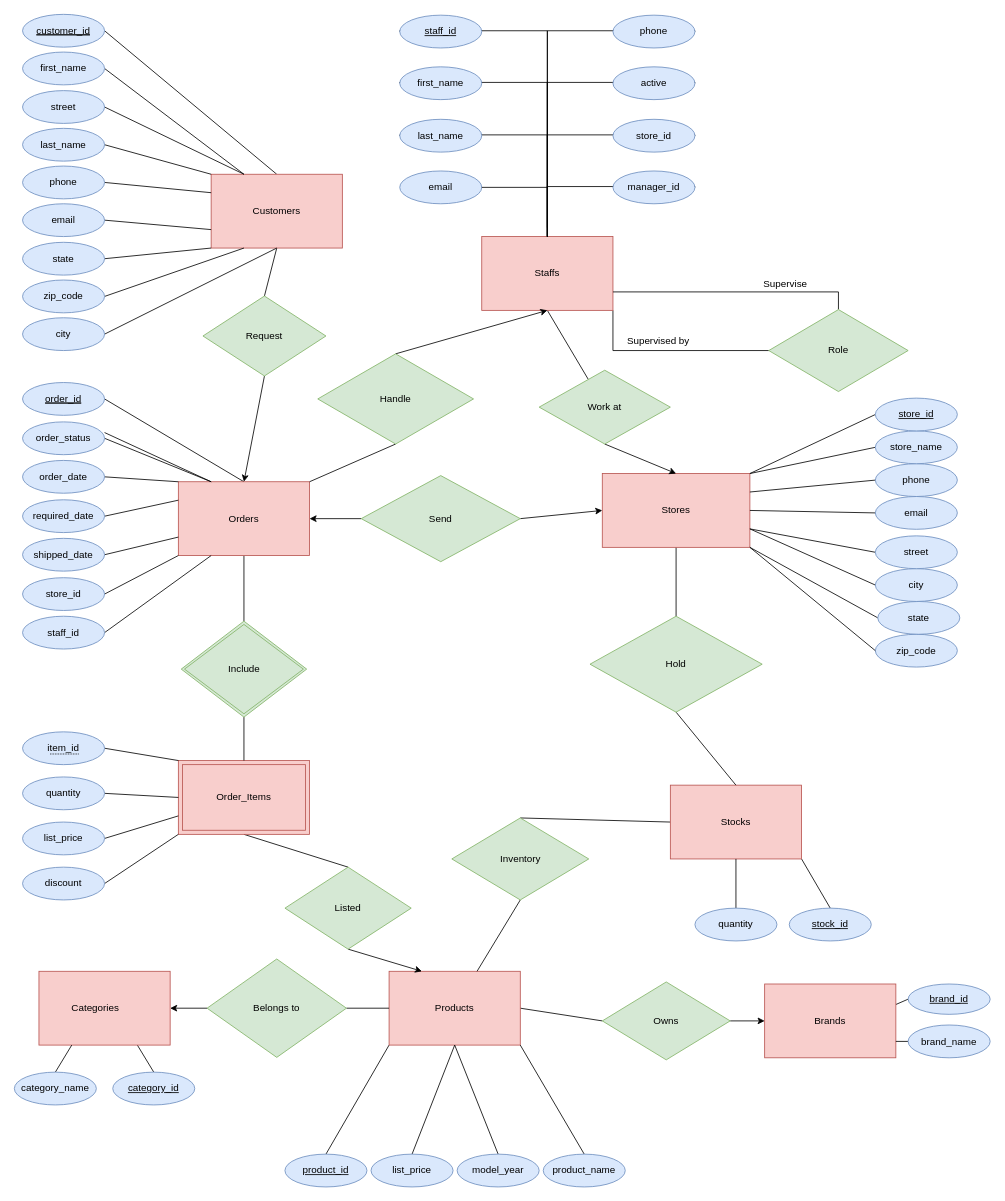
Before: Bike_Store_Relational_Database_SQL/src/ER_diagram.drawio in leedh7878/DanielLee_Project_Portfolio, a draw.io diagram. Source tidied: cells renumbered, new cells numbered last; positions are measured from the earlier drawing's top-left corner, leaving out a move shared by most shapes. Both pictures are drawn from the tidied source at 82%, with x=0, y=0 at pixel (14, 14).
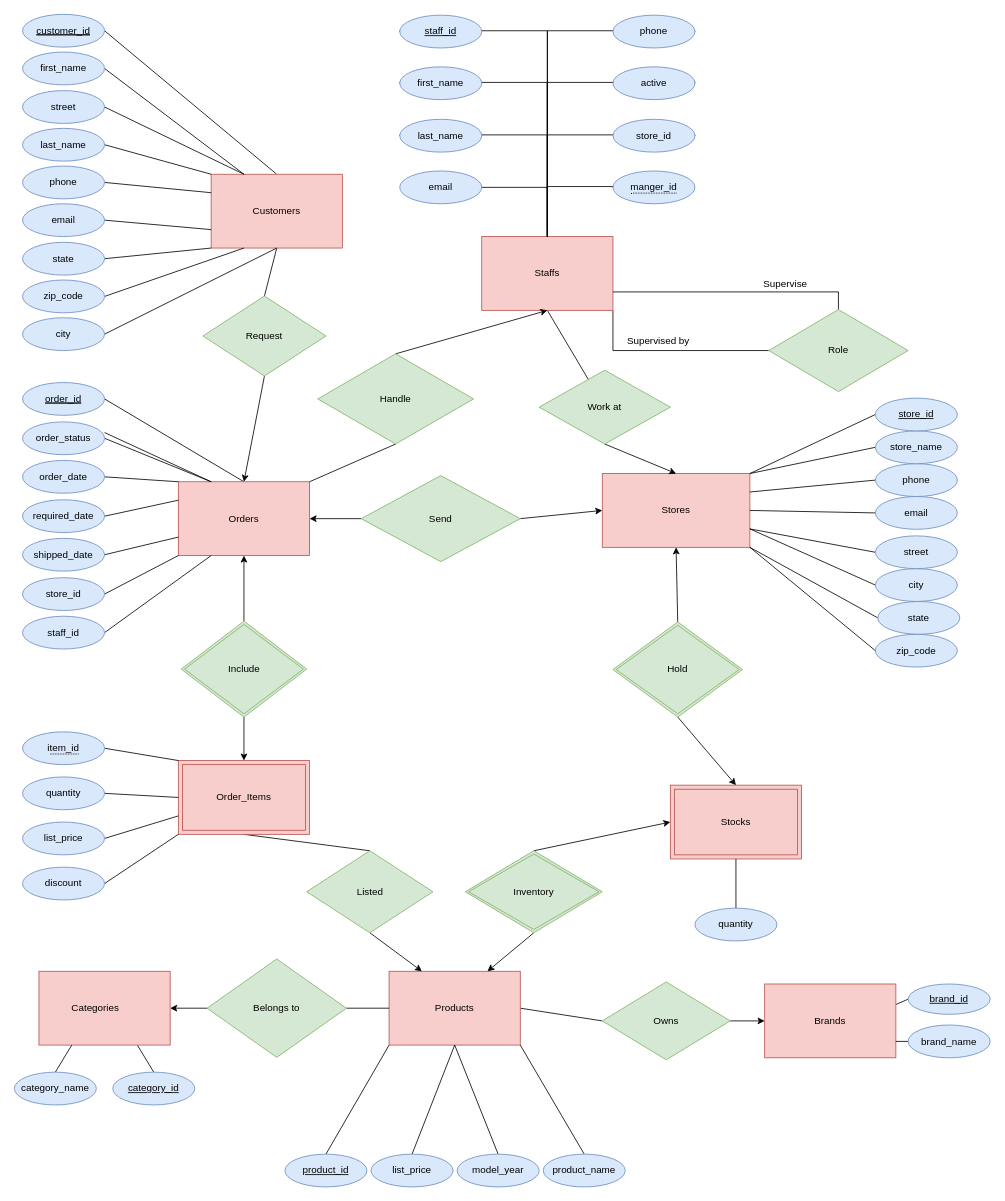
The same page after the edit.

Unchanged cells that the change refers to:
```xml
<mxCell id="23" value="Orders" style="margin=3;double=1;whiteSpace=wrap;html=1;align=center;fillColor=#f8cecc;strokeColor=#b85450;glass=0;rounded=0;absoluteArcSize=0;fillStyle=solid;" parent="1" vertex="1">
  <mxGeometry x="200" y="570" width="160" height="90" as="geometry" />
</mxCell>
<mxCell id="39" value="Staffs" style="whiteSpace=wrap;html=1;align=center;fillColor=#f8cecc;strokeColor=#b85450;" parent="1" vertex="1">
  <mxGeometry x="570" y="271" width="160" height="90" as="geometry" />
</mxCell>
<mxCell id="62" value="Stores" style="whiteSpace=wrap;html=1;align=center;fillColor=#f8cecc;strokeColor=#b85450;" parent="1" vertex="1">
  <mxGeometry x="717" y="560" width="180" height="90" as="geometry" />
</mxCell>
<mxCell id="78" value="Order_Items" style="shape=ext;margin=3;double=1;whiteSpace=wrap;html=1;align=center;fillColor=#f8cecc;strokeColor=#b85450;" parent="1" vertex="1">
  <mxGeometry x="200" y="910" width="160" height="90" as="geometry" />
</mxCell>
<mxCell id="94" value="Products" style="whiteSpace=wrap;html=1;align=center;fillColor=#f8cecc;strokeColor=#b85450;" parent="1" vertex="1">
  <mxGeometry x="457" y="1167" width="160" height="90" as="geometry" />
</mxCell>
<mxCell id="137" value="Include" style="shape=rhombus;double=1;perimeter=rhombusPerimeter;whiteSpace=wrap;html=1;align=center;fillColor=#d5e8d4;strokeColor=#82b366;" parent="1" vertex="1">
  <mxGeometry x="203.5" y="740" width="153" height="117" as="geometry" />
</mxCell>
```

Change to the diagram source:
```diff
@@
-    <mxCell id="22" style="rounded=0;jettySize=auto;html=1;exitX=0.5;exitY=1;exitDx=0;exitDy=0;entryX=0.5;entryY=0;entryDx=0;entryDy=0;endArrow=none;endFill=0;" parent="1" edge="1" source="23" target="137">
-      <mxGeometry relative="1" as="geometry" />
-    </mxCell>
@@
-    <mxCell id="50" style="edgeStyle=orthogonalEdgeStyle;rounded=0;jettySize=auto;html=1;exitX=1;exitY=0.5;exitDx=0;exitDy=0;entryX=0.5;entryY=0;entryDx=0;entryDy=0;endArrow=none;endFill=0;" parent="1" edge="1" source="53" target="39">
+    <mxCell id="50" style="edgeStyle=orthogonalEdgeStyle;rounded=0;jettySize=auto;html=1;entryX=0.5;entryY=0;entryDx=0;entryDy=0;endArrow=none;endFill=0;exitX=0;exitY=0.5;exitDx=0;exitDy=0;" parent="1" edge="1" source="142" target="39">
       <mxGeometry relative="1" as="geometry">
         <Array as="points">
           <mxPoint x="650" y="210" />
         </Array>
       </mxGeometry>
     </mxCell>
@@
-    <mxCell id="53" value="manager_id" style="ellipse;whiteSpace=wrap;html=1;align=center;fillColor=#dae8fc;strokeColor=#6c8ebf;" parent="1" vertex="1">
-      <mxGeometry x="730" y="191" width="100" height="40" as="geometry" />
-    </mxCell>
@@
-    <mxCell id="60" style="rounded=0;jettySize=auto;html=1;exitX=0.5;exitY=1;exitDx=0;exitDy=0;entryX=0.5;entryY=0;entryDx=0;entryDy=0;endArrow=none;endFill=0;" parent="1" edge="1" source="62" target="131">
-      <mxGeometry relative="1" as="geometry" />
-    </mxCell>
@@
-    <mxCell id="102" style="rounded=0;jettySize=auto;html=1;exitX=1;exitY=1;exitDx=0;exitDy=0;entryX=0.5;entryY=0;entryDx=0;entryDy=0;endArrow=none;endFill=0;" parent="1" edge="1" source="104" target="107">
-      <mxGeometry relative="1" as="geometry" />
-    </mxCell>
-    <mxCell id="103" style="rounded=0;jettySize=auto;html=1;exitX=0;exitY=0.5;exitDx=0;exitDy=0;entryX=0.5;entryY=0;entryDx=0;entryDy=0;endArrow=none;endFill=0;" parent="1" edge="1" source="104" target="133">
-      <mxGeometry relative="1" as="geometry" />
-    </mxCell>
-    <mxCell id="104" value="Stocks" style="whiteSpace=wrap;html=1;align=center;fillColor=#f8cecc;strokeColor=#b85450;" parent="1" vertex="1">
+    <mxCell id="104" value="Stocks" style="shape=ext;margin=3;double=1;whiteSpace=wrap;html=1;align=center;fillColor=#f8cecc;strokeColor=#b85450;" parent="1" vertex="1">
       <mxGeometry x="800" y="940" width="160" height="90" as="geometry" />
     </mxCell>
@@
-    <mxCell id="107" value="&lt;u&gt;stock_id&lt;/u&gt;" style="ellipse;whiteSpace=wrap;html=1;align=center;fillColor=#dae8fc;strokeColor=#6c8ebf;" parent="1" vertex="1">
-      <mxGeometry x="945" y="1090" width="100" height="40" as="geometry" />
-    </mxCell>
@@
-    <mxCell id="125" style="rounded=0;jettySize=auto;html=1;exitX=0.5;exitY=1;exitDx=0;exitDy=0;entryX=0.5;entryY=0;entryDx=0;entryDy=0;endArrow=none;endFill=0;" parent="1" edge="1" source="137" target="78">
-      <mxGeometry relative="1" as="geometry" />
-    </mxCell>
@@
     <mxCell id="129" value="Listed" style="shape=rhombus;perimeter=rhombusPerimeter;whiteSpace=wrap;html=1;align=center;fillColor=#d5e8d4;strokeColor=#82b366;" parent="1" vertex="1">
-      <mxGeometry x="330" y="1040" width="154" height="100" as="geometry" />
+      <mxGeometry x="356.5" y="1020" width="154" height="100" as="geometry" />
     </mxCell>
+    <mxCell id="139" style="rounded=0;jettySize=auto;html=1;exitX=0.5;exitY=0;exitDx=0;exitDy=0;entryX=0.5;entryY=1;entryDx=0;entryDy=0;" parent="1" edge="1" source="131" target="62">
+      <mxGeometry relative="1" as="geometry" />
+    </mxCell>
-    <mxCell id="130" style="rounded=0;jettySize=auto;html=1;exitX=0.5;exitY=1;exitDx=0;exitDy=0;entryX=0.5;entryY=0;entryDx=0;entryDy=0;endArrow=none;endFill=0;" parent="1" edge="1" source="131" target="104">
+    <mxCell id="130" style="rounded=0;jettySize=auto;html=1;exitX=0.5;exitY=1;exitDx=0;exitDy=0;entryX=0.5;entryY=0;entryDx=0;entryDy=0;" parent="1" edge="1" source="131" target="104">
       <mxGeometry relative="1" as="geometry" />
     </mxCell>
-    <mxCell id="131" value="Hold" style="shape=rhombus;perimeter=rhombusPerimeter;whiteSpace=wrap;html=1;align=center;fillColor=#d5e8d4;strokeColor=#82b366;" parent="1" vertex="1">
-      <mxGeometry x="702" y="734" width="210" height="117" as="geometry" />
+    <mxCell id="131" value="Hold" style="shape=rhombus;double=1;perimeter=rhombusPerimeter;whiteSpace=wrap;html=1;align=center;fillColor=#d5e8d4;strokeColor=#82b366;" parent="1" vertex="1">
+      <mxGeometry x="730" y="741" width="158" height="116" as="geometry" />
     </mxCell>
+    <mxCell id="140" style="rounded=0;jettySize=auto;html=1;exitX=0.5;exitY=0;exitDx=0;exitDy=0;entryX=0;entryY=0.5;entryDx=0;entryDy=0;" parent="1" edge="1" source="133" target="104">
+      <mxGeometry relative="1" as="geometry" />
+    </mxCell>
-    <mxCell id="132" style="rounded=0;jettySize=auto;html=1;exitX=0.5;exitY=1;exitDx=0;exitDy=0;endArrow=none;endFill=0;" parent="1" edge="1" source="133" target="94">
+    <mxCell id="132" style="rounded=0;jettySize=auto;html=1;exitX=0.5;exitY=1;exitDx=0;exitDy=0;entryX=0.75;entryY=0;entryDx=0;entryDy=0;" parent="1" edge="1" source="133" target="94">
       <mxGeometry relative="1" as="geometry" />
     </mxCell>
-    <mxCell id="133" value="Inventory" style="shape=rhombus;perimeter=rhombusPerimeter;whiteSpace=wrap;html=1;align=center;fillColor=#d5e8d4;strokeColor=#82b366;" parent="1" vertex="1">
-      <mxGeometry x="533.5" y="980" width="167" height="100" as="geometry" />
+    <mxCell id="133" value="Inventory" style="shape=rhombus;double=1;perimeter=rhombusPerimeter;whiteSpace=wrap;html=1;align=center;fillColor=#d5e8d4;strokeColor=#82b366;" parent="1" vertex="1">
+      <mxGeometry x="550" y="1020" width="167" height="100" as="geometry" />
     </mxCell>
@@
+    <mxCell id="141" style="edgeStyle=orthogonalEdgeStyle;rounded=0;jettySize=auto;html=1;exitX=0.5;exitY=0;exitDx=0;exitDy=0;entryX=0.5;entryY=1;entryDx=0;entryDy=0;" parent="1" edge="1" source="137" target="23">
+      <mxGeometry relative="1" as="geometry" />
+    </mxCell>
+    <mxCell id="125" style="edgeStyle=orthogonalEdgeStyle;rounded=0;jettySize=auto;html=1;exitX=0.5;exitY=1;exitDx=0;exitDy=0;entryX=0.5;entryY=0;entryDx=0;entryDy=0;" parent="1" edge="1" source="137" target="78">
+      <mxGeometry relative="1" as="geometry" />
+    </mxCell>
@@
+    <mxCell id="142" value="&lt;span style=&quot;border-bottom: 1px dotted&quot;&gt;manger_id&lt;/span&gt;" style="ellipse;whiteSpace=wrap;html=1;align=center;fillColor=#dae8fc;strokeColor=#6c8ebf;" parent="1" vertex="1">
+      <mxGeometry x="730" y="191" width="100" height="40" as="geometry" />
+    </mxCell>
```
